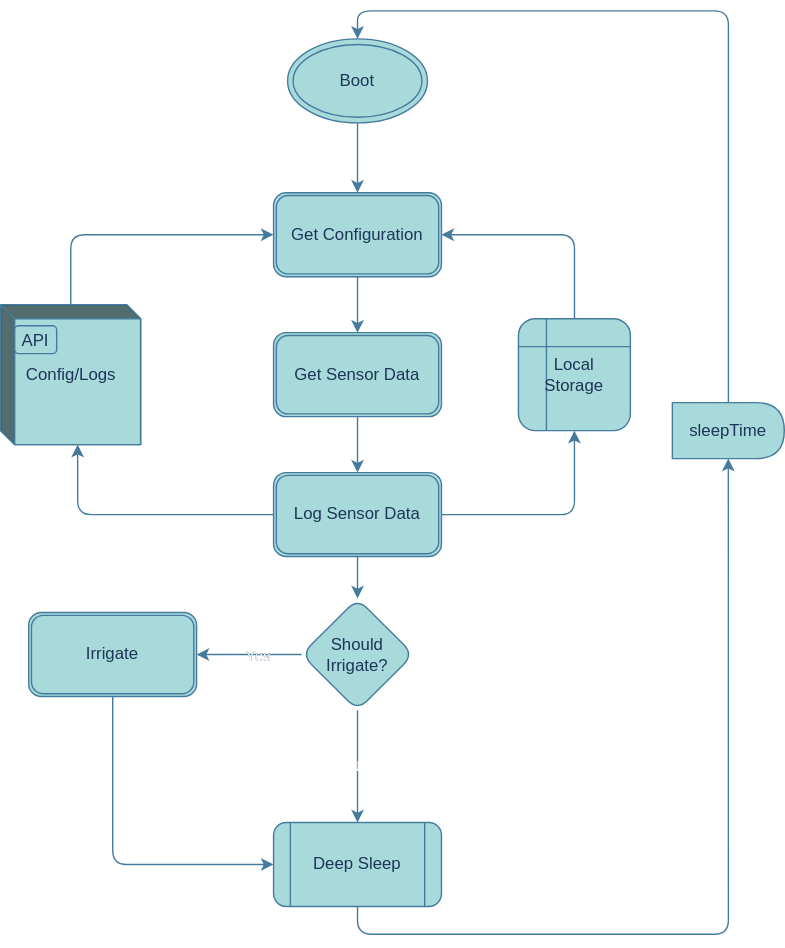
Above: images/flowchart.drawio.svg in malkam03/potduino (draw.io), before the change. Source tidied: cells renumbered, new cells last; positions are measured from the earlier drawing's top-left corner, leaving out a move shared by most shapes.
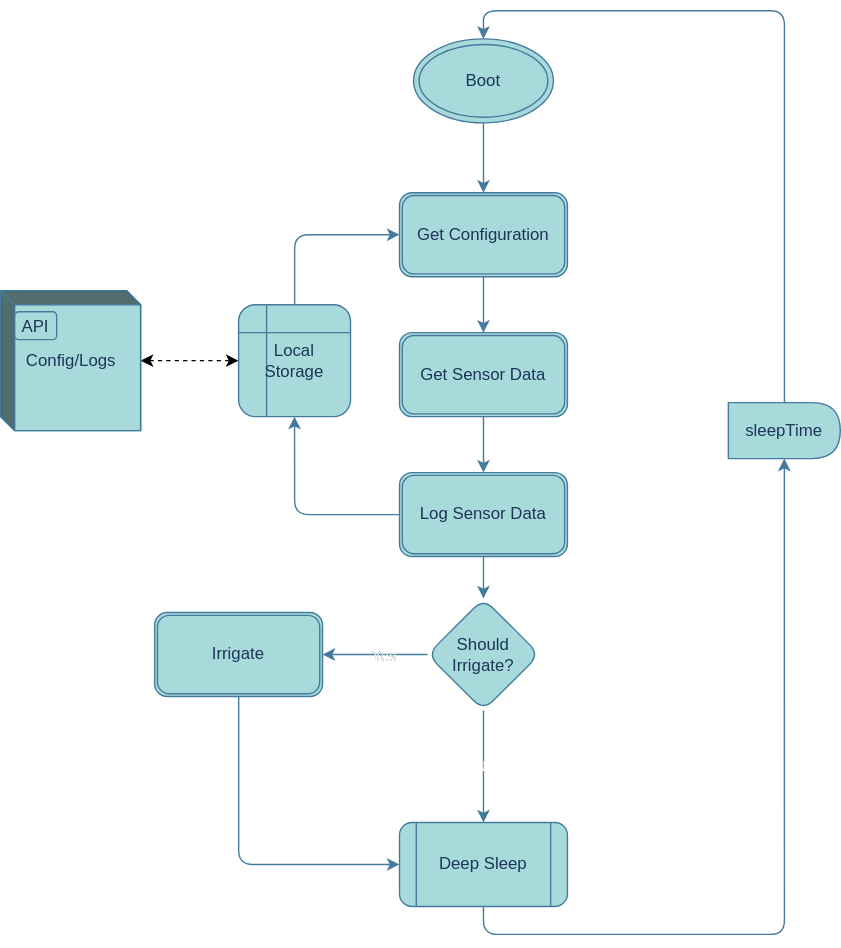
After the change.

What changed in the source:
```diff
@@ -12,7 +12,7 @@
       <mxGeometry relative="1" as="geometry">
         <Array as="points">
           <mxPoint x="255" y="660" />
-          <mxPoint x="520" y="660" />
+          <mxPoint x="470" y="660" />
         </Array>
       </mxGeometry>
     </mxCell>
@@ -22,13 +22,13 @@
     <mxCell id="6" style="edgeStyle=orthogonalEdgeStyle;jettySize=auto;html=1;entryX=0.5;entryY=0;entryDx=0;entryDy=0;labelBackgroundColor=#F1FAEE;strokeColor=#457B9D;fontColor=#1D3557;" parent="1" edge="1" source="7" target="3">
       <mxGeometry relative="1" as="geometry">
         <Array as="points">
-          <mxPoint x="520" />
+          <mxPoint x="470" />
           <mxPoint x="255" />
         </Array>
       </mxGeometry>
     </mxCell>
     <mxCell id="7" value="sleepTime" style="shape=delay;whiteSpace=wrap;html=1;rounded=1;fillColor=#A8DADC;strokeColor=#457B9D;fontColor=#1D3557;" parent="1" vertex="1">
-      <mxGeometry x="480" y="280" width="80" height="40" as="geometry" />
+      <mxGeometry x="430" y="280" width="80" height="40" as="geometry" />
     </mxCell>
     <mxCell id="8" style="edgeStyle=orthogonalEdgeStyle;jettySize=auto;html=1;entryX=0.5;entryY=0;entryDx=0;entryDy=0;labelBackgroundColor=#F1FAEE;strokeColor=#457B9D;fontColor=#1D3557;" parent="1" edge="1" source="9" target="11">
       <mxGeometry relative="1" as="geometry" />
@@ -45,9 +45,6 @@
     <mxCell id="12" style="edgeStyle=orthogonalEdgeStyle;jettySize=auto;html=1;labelBackgroundColor=#F1FAEE;strokeColor=#457B9D;fontColor=#1D3557;" parent="1" edge="1" source="15" target="21">
       <mxGeometry relative="1" as="geometry" />
     </mxCell>
-    <mxCell id="13" style="edgeStyle=orthogonalEdgeStyle;jettySize=auto;html=1;entryX=0;entryY=0;entryDx=55;entryDy=100;entryPerimeter=0;labelBackgroundColor=#F1FAEE;strokeColor=#457B9D;fontColor=#1D3557;" parent="1" edge="1" source="15" target="25">
-      <mxGeometry relative="1" as="geometry" />
-    </mxCell>
     <mxCell id="14" style="edgeStyle=orthogonalEdgeStyle;jettySize=auto;html=1;entryX=0.5;entryY=1;entryDx=0;entryDy=0;labelBackgroundColor=#F1FAEE;strokeColor=#457B9D;fontColor=#1D3557;" parent="1" edge="1" source="15" target="28">
       <mxGeometry relative="1" as="geometry" />
     </mxCell>
@@ -84,30 +81,26 @@
     <mxCell id="23" value="Irrigate" style="shape=ext;double=1;whiteSpace=wrap;html=1;rounded=1;fillColor=#A8DADC;strokeColor=#457B9D;fontColor=#1D3557;" parent="1" vertex="1">
       <mxGeometry x="20" y="430" width="120" height="60" as="geometry" />
     </mxCell>
-    <mxCell id="24" style="edgeStyle=orthogonalEdgeStyle;jettySize=auto;html=1;entryX=0;entryY=0.5;entryDx=0;entryDy=0;labelBackgroundColor=#F1FAEE;strokeColor=#457B9D;fontColor=#1D3557;" parent="1" edge="1" source="25" target="9">
-      <mxGeometry relative="1" as="geometry">
-        <Array as="points">
-          <mxPoint x="50" y="160" />
-        </Array>
-      </mxGeometry>
-    </mxCell>
+    <mxCell id="29" style="edgeStyle=orthogonalEdgeStyle;rounded=0;jettySize=auto;html=1;entryX=0;entryY=0.5;entryDx=0;entryDy=0;dashed=1;startArrow=classic;startFill=1;" parent="1" edge="1" source="25" target="28">
+      <mxGeometry relative="1" as="geometry" />
+    </mxCell>
     <mxCell id="25" value="Config/Logs" style="html=1;dashed=0;whitespace=wrap;shape=mxgraph.dfd.externalEntity;rounded=1;fillColor=#A8DADC;strokeColor=#457B9D;fontColor=#1D3557;" parent="1" vertex="1">
-      <mxGeometry y="210" width="100" height="100" as="geometry" />
+      <mxGeometry x="-90" y="200" width="100" height="100" as="geometry" />
     </mxCell>
     <mxCell id="26" value="API" style="strokeColor=#457B9D;fillColor=#A8DADC;rounded=1;fontColor=#1D3557;" parent="25" vertex="1">
       <mxGeometry width="30" height="20" relative="1" as="geometry">
         <mxPoint x="10" y="15" as="offset" />
       </mxGeometry>
     </mxCell>
-    <mxCell id="27" style="edgeStyle=orthogonalEdgeStyle;jettySize=auto;html=1;entryX=1;entryY=0.5;entryDx=0;entryDy=0;labelBackgroundColor=#F1FAEE;strokeColor=#457B9D;fontColor=#1D3557;" parent="1" edge="1" source="28" target="9">
+    <mxCell id="27" style="edgeStyle=orthogonalEdgeStyle;jettySize=auto;html=1;labelBackgroundColor=#F1FAEE;strokeColor=#457B9D;fontColor=#1D3557;entryX=0;entryY=0.5;entryDx=0;entryDy=0;" parent="1" edge="1" source="28" target="9">
       <mxGeometry relative="1" as="geometry">
         <Array as="points">
-          <mxPoint x="410" y="160" />
+          <mxPoint x="120" y="160" />
         </Array>
       </mxGeometry>
     </mxCell>
     <mxCell id="28" value="Local&lt;br&gt;&amp;nbsp; &amp;nbsp;Storage" style="shape=internalStorage;whiteSpace=wrap;html=1;backgroundOutline=1;rounded=1;fillColor=#A8DADC;strokeColor=#457B9D;fontColor=#1D3557;" parent="1" vertex="1">
-      <mxGeometry x="370" y="220" width="80" height="80" as="geometry" />
+      <mxGeometry x="80" y="210" width="80" height="80" as="geometry" />
     </mxCell>
   </root>
 </mxGraphModel>
```
